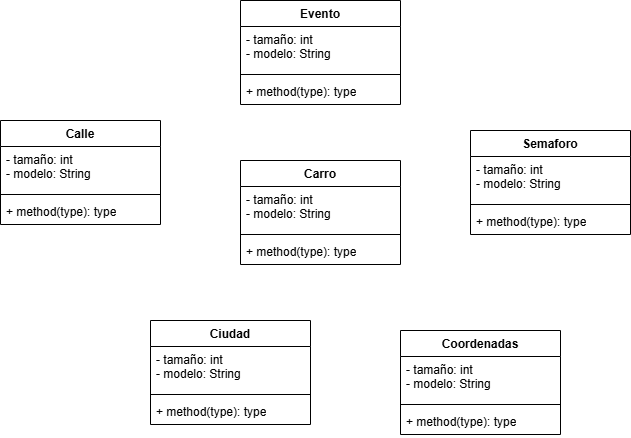
juampa1907/Proyecto-final-desarrollo keeps this draw.io diagram as Proyecto-desarrollo.png. Above is the earlier version. Source tidied: cells renumbered, new cells last; positions are measured from the earlier drawing's top-left corner, leaving out a move shared by most shapes.
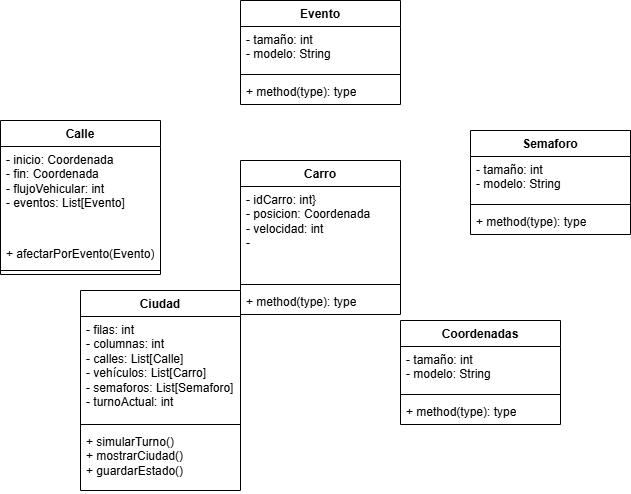
After the commit.

What changed in the source:
```diff
@@ -3,16 +3,16 @@
     <mxCell id="0" />
     <mxCell id="1" parent="0" />
     <mxCell id="2" value="Carro" style="swimlane;fontStyle=1;align=center;verticalAlign=top;horizontal=1;startSize=26;whiteSpace=wrap;html=1;" parent="1" vertex="1">
-      <mxGeometry x="240" y="160" width="160" height="104" as="geometry" />
+      <mxGeometry x="240" y="160" width="160" height="154" as="geometry" />
     </mxCell>
-    <mxCell id="3" value="- tamaño: int&lt;div&gt;- modelo: String&lt;br&gt;&lt;br&gt;&lt;/div&gt;" style="text;strokeColor=none;fillColor=none;align=left;verticalAlign=top;spacingLeft=4;spacingRight=4;overflow=hidden;whiteSpace=wrap;html=1;" parent="2" vertex="1">
-      <mxGeometry y="26" width="160" height="44" as="geometry" />
+    <mxCell id="3" value="- idCarro: int}&lt;div&gt;- posicion: Coordenada&lt;/div&gt;&lt;div&gt;- velocidad: int&lt;/div&gt;&lt;div&gt;-&lt;/div&gt;" style="text;strokeColor=none;fillColor=none;align=left;verticalAlign=top;spacingLeft=4;spacingRight=4;overflow=hidden;whiteSpace=wrap;html=1;" parent="2" vertex="1">
+      <mxGeometry y="26" width="160" height="94" as="geometry" />
     </mxCell>
     <mxCell id="4" style="line;strokeWidth=1;fillColor=none;align=left;verticalAlign=middle;spacingTop=-1;spacingLeft=3;spacingRight=3;labelPosition=right;strokeColor=inherit;" parent="2" vertex="1">
-      <mxGeometry y="70" width="160" height="8" as="geometry" />
+      <mxGeometry y="120" width="160" height="8" as="geometry" />
     </mxCell>
     <mxCell id="5" value="+ method(type): type" style="text;strokeColor=none;fillColor=none;align=left;verticalAlign=top;spacingLeft=4;spacingRight=4;overflow=hidden;whiteSpace=wrap;html=1;" parent="2" vertex="1">
-      <mxGeometry y="78" width="160" height="26" as="geometry" />
+      <mxGeometry y="128" width="160" height="26" as="geometry" />
     </mxCell>
     <mxCell id="6" value="Semaforo" style="swimlane;fontStyle=1;align=center;verticalAlign=top;horizontal=1;startSize=26;whiteSpace=wrap;html=1;" parent="1" vertex="1">
       <mxGeometry x="470" y="130" width="160" height="104" as="geometry" />
@@ -27,19 +27,19 @@
       <mxGeometry y="78" width="160" height="26" as="geometry" />
     </mxCell>
     <mxCell id="10" value="Calle" style="swimlane;fontStyle=1;align=center;verticalAlign=top;horizontal=1;startSize=26;whiteSpace=wrap;html=1;" parent="1" vertex="1">
-      <mxGeometry y="120" width="160" height="104" as="geometry" />
+      <mxGeometry y="120" width="160" height="154" as="geometry" />
     </mxCell>
-    <mxCell id="11" value="- tamaño: int&lt;div&gt;- modelo: String&lt;br&gt;&lt;br&gt;&lt;/div&gt;" style="text;strokeColor=none;fillColor=none;align=left;verticalAlign=top;spacingLeft=4;spacingRight=4;overflow=hidden;whiteSpace=wrap;html=1;" parent="10" vertex="1">
-      <mxGeometry y="26" width="160" height="44" as="geometry" />
+    <mxCell id="11" value="&lt;div&gt;- inicio: Coordenada&lt;/div&gt;&lt;div&gt;- fin: Coordenada&lt;/div&gt;&lt;div&gt;- flujoVehicular: int&lt;/div&gt;&lt;div&gt;- eventos: List[Evento]&lt;/div&gt;" style="text;strokeColor=none;fillColor=none;align=left;verticalAlign=top;spacingLeft=4;spacingRight=4;overflow=hidden;whiteSpace=wrap;html=1;" parent="10" vertex="1">
+      <mxGeometry y="26" width="160" height="94" as="geometry" />
     </mxCell>
+    <mxCell id="13" value="+ afectarPorEvento(Evento)" style="text;strokeColor=none;fillColor=none;align=left;verticalAlign=top;spacingLeft=4;spacingRight=4;overflow=hidden;whiteSpace=wrap;html=1;" parent="10" vertex="1">
+      <mxGeometry y="120" width="160" height="26" as="geometry" />
+    </mxCell>
     <mxCell id="12" style="line;strokeWidth=1;fillColor=none;align=left;verticalAlign=middle;spacingTop=-1;spacingLeft=3;spacingRight=3;labelPosition=right;strokeColor=inherit;" parent="10" vertex="1">
-      <mxGeometry y="70" width="160" height="8" as="geometry" />
+      <mxGeometry y="146" width="160" height="8" as="geometry" />
     </mxCell>
-    <mxCell id="13" value="+ method(type): type" style="text;strokeColor=none;fillColor=none;align=left;verticalAlign=top;spacingLeft=4;spacingRight=4;overflow=hidden;whiteSpace=wrap;html=1;" parent="10" vertex="1">
-      <mxGeometry y="78" width="160" height="26" as="geometry" />
-    </mxCell>
     <mxCell id="14" value="Coordenadas" style="swimlane;fontStyle=1;align=center;verticalAlign=top;horizontal=1;startSize=26;whiteSpace=wrap;html=1;" parent="1" vertex="1">
-      <mxGeometry x="400" y="330" width="160" height="104" as="geometry" />
+      <mxGeometry x="400" y="320" width="160" height="104" as="geometry" />
     </mxCell>
     <mxCell id="15" value="- tamaño: int&lt;div&gt;- modelo: String&lt;br&gt;&lt;br&gt;&lt;/div&gt;" style="text;strokeColor=none;fillColor=none;align=left;verticalAlign=top;spacingLeft=4;spacingRight=4;overflow=hidden;whiteSpace=wrap;html=1;" parent="14" vertex="1">
       <mxGeometry y="26" width="160" height="44" as="geometry" />
@@ -51,16 +51,16 @@
       <mxGeometry y="78" width="160" height="26" as="geometry" />
     </mxCell>
     <mxCell id="18" value="Ciudad" style="swimlane;fontStyle=1;align=center;verticalAlign=top;horizontal=1;startSize=26;whiteSpace=wrap;html=1;" parent="1" vertex="1">
-      <mxGeometry x="150" y="320" width="160" height="104" as="geometry" />
+      <mxGeometry x="80" y="290" width="160" height="200" as="geometry" />
     </mxCell>
-    <mxCell id="19" value="- tamaño: int&lt;div&gt;- modelo: String&lt;br&gt;&lt;br&gt;&lt;/div&gt;" style="text;strokeColor=none;fillColor=none;align=left;verticalAlign=top;spacingLeft=4;spacingRight=4;overflow=hidden;whiteSpace=wrap;html=1;" parent="18" vertex="1">
-      <mxGeometry y="26" width="160" height="44" as="geometry" />
+    <mxCell id="19" value="- filas: int&lt;div&gt;- columnas: int&lt;/div&gt;&lt;div&gt;- calles: List[Calle]&lt;/div&gt;&lt;div&gt;- vehículos: List[Carro]&lt;/div&gt;&lt;div&gt;- semaforos: List[Semaforo]&lt;/div&gt;&lt;div&gt;- turnoActual: int&lt;/div&gt;" style="text;strokeColor=none;fillColor=none;align=left;verticalAlign=top;spacingLeft=4;spacingRight=4;overflow=hidden;whiteSpace=wrap;html=1;" parent="18" vertex="1">
+      <mxGeometry y="26" width="160" height="104" as="geometry" />
     </mxCell>
     <mxCell id="20" style="line;strokeWidth=1;fillColor=none;align=left;verticalAlign=middle;spacingTop=-1;spacingLeft=3;spacingRight=3;labelPosition=right;strokeColor=inherit;" parent="18" vertex="1">
-      <mxGeometry y="70" width="160" height="8" as="geometry" />
+      <mxGeometry y="130" width="160" height="8" as="geometry" />
     </mxCell>
-    <mxCell id="21" value="+ method(type): type" style="text;strokeColor=none;fillColor=none;align=left;verticalAlign=top;spacingLeft=4;spacingRight=4;overflow=hidden;whiteSpace=wrap;html=1;" parent="18" vertex="1">
-      <mxGeometry y="78" width="160" height="26" as="geometry" />
+    <mxCell id="21" value="+ simularTurno()&lt;div&gt;+ mostrarCiudad()&lt;/div&gt;&lt;div&gt;+ guardarEstado()&lt;/div&gt;" style="text;strokeColor=none;fillColor=none;align=left;verticalAlign=top;spacingLeft=4;spacingRight=4;overflow=hidden;whiteSpace=wrap;html=1;" parent="18" vertex="1">
+      <mxGeometry y="138" width="160" height="62" as="geometry" />
     </mxCell>
     <mxCell id="22" value="Evento" style="swimlane;fontStyle=1;align=center;verticalAlign=top;horizontal=1;startSize=26;whiteSpace=wrap;html=1;" parent="1" vertex="1">
       <mxGeometry x="240" width="160" height="104" as="geometry" />
```
